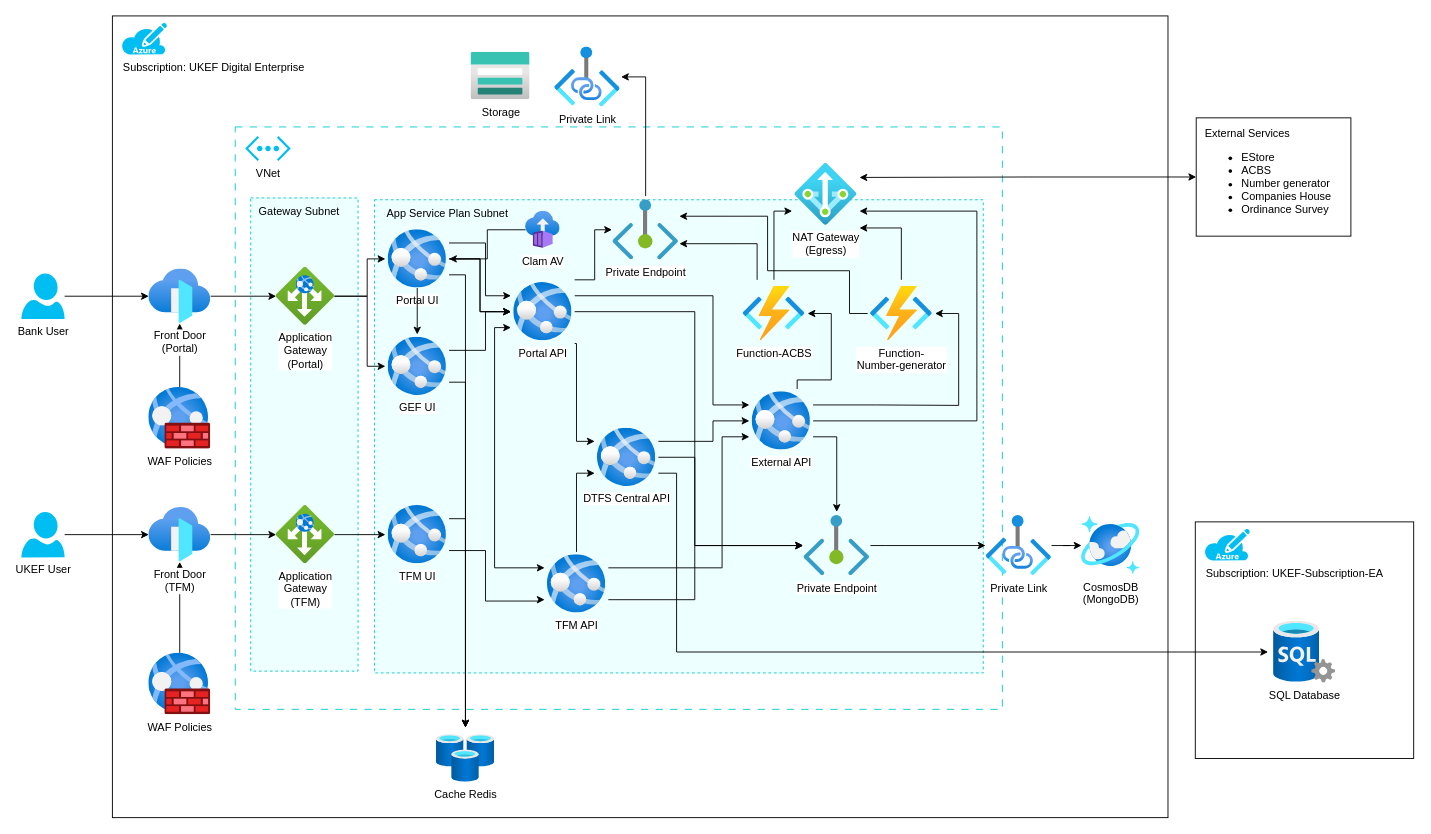
This is doc/assets/azure-architecture.drawio from UK-Export-Finance/dtfs2, a draw.io file, before an edit. Source tidied: cells renumbered, new cells numbered last; positions are measured from the earlier drawing's top-left corner, leaving out a move shared by most shapes. Both pictures are drawn from the tidied source at 91%, with x=0, y=0 at pixel (21, 15).
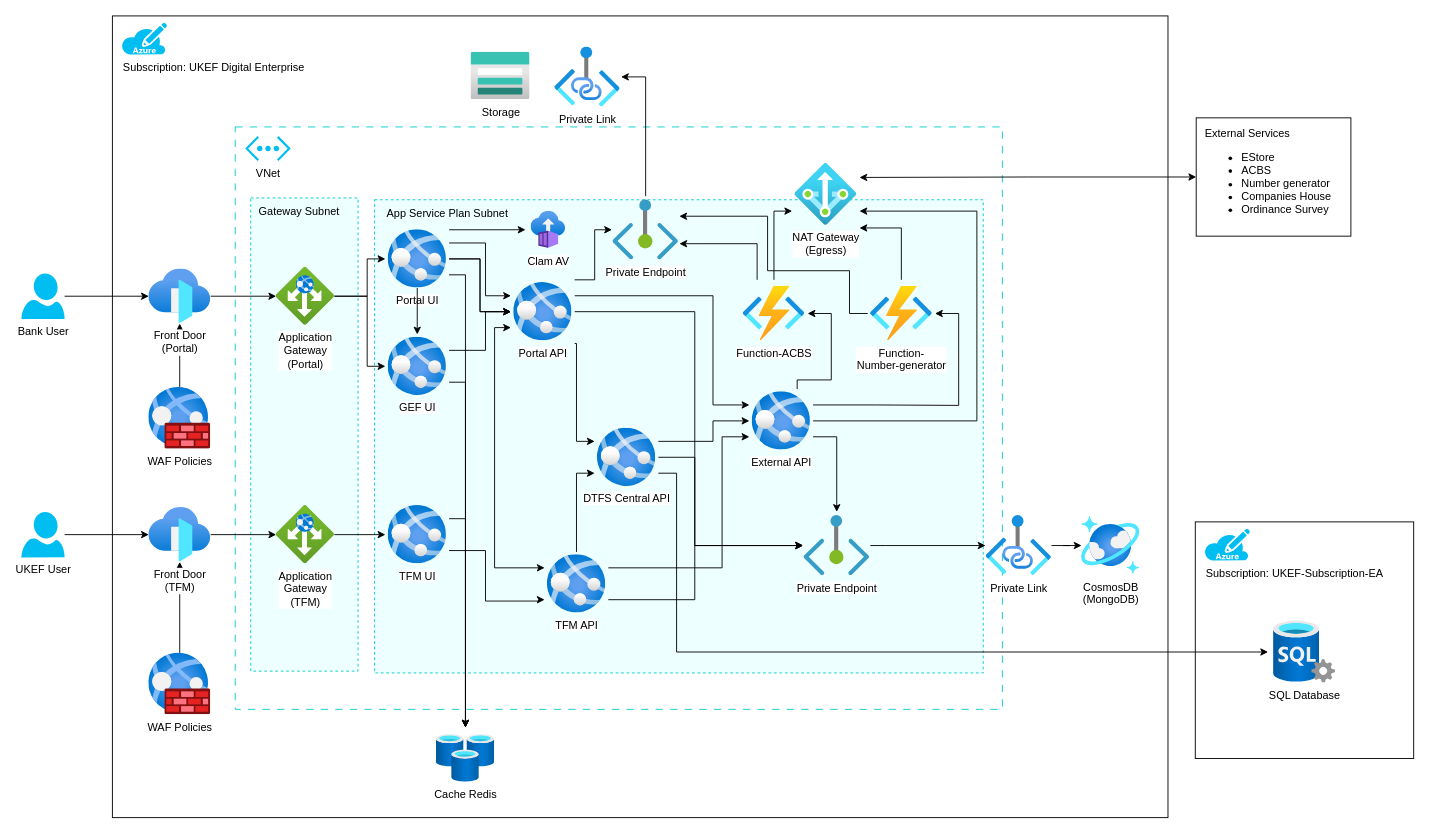
The same diagram, later.

Commit message (it also covers changes not shown here):
docs(architecture): minor arrow fix

Unchanged cells that the change refers to:
```xml
<mxCell id="11" style="group;" parent="8" vertex="1">
  <mxGeometry x="153" y="80" width="669" height="520" as="geometry" />
</mxCell>
<mxCell id="19" style="whiteSpace=wrap;html=1;strokeColor=none;fillColor=none;" parent="17" vertex="1">
  <mxGeometry width="70" height="70" as="geometry" />
</mxCell>
```

Change to the diagram source:
```diff
@@
-    <mxCell id="67" style="edgeStyle=orthogonalEdgeStyle;rounded=0;jettySize=auto;html=1;" parent="11" edge="1" source="68" target="19">
-      <mxGeometry relative="1" as="geometry" />
-    </mxCell>
     <mxCell id="68" value="Clam AV" style="image;html=1;points=[];align=center;fontSize=12;image=img/lib/azure2/containers/Container_Instances.svg;" parent="11" vertex="1">
-      <mxGeometry x="166" y="12.5" width="38" height="41" as="geometry" />
+      <mxGeometry x="172" y="12.5" width="38" height="41" as="geometry" />
     </mxCell>
@@
+    <mxCell id="119" style="edgeStyle=none;html=1;" parent="11" edge="1">
+      <mxGeometry relative="1" as="geometry">
+        <mxPoint x="82" y="33" as="sourcePoint" />
+        <mxPoint x="166" y="33" as="targetPoint" />
+        <Array as="points">
+          <mxPoint x="82" y="33" />
+        </Array>
+      </mxGeometry>
+    </mxCell>
```
